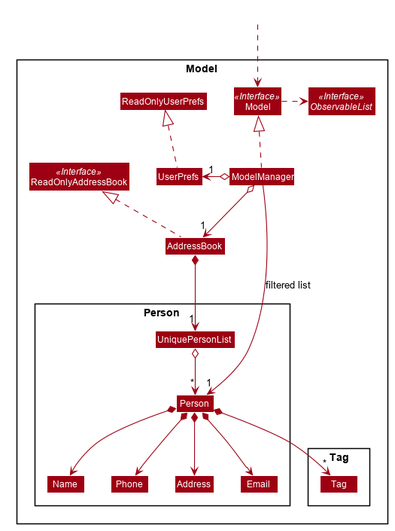
nus-cs2103-AY1920S1/addressbook-level3 keeps this PlantUML diagram as docs/images/ModelClassDiagram.png. Above is the earlier version.
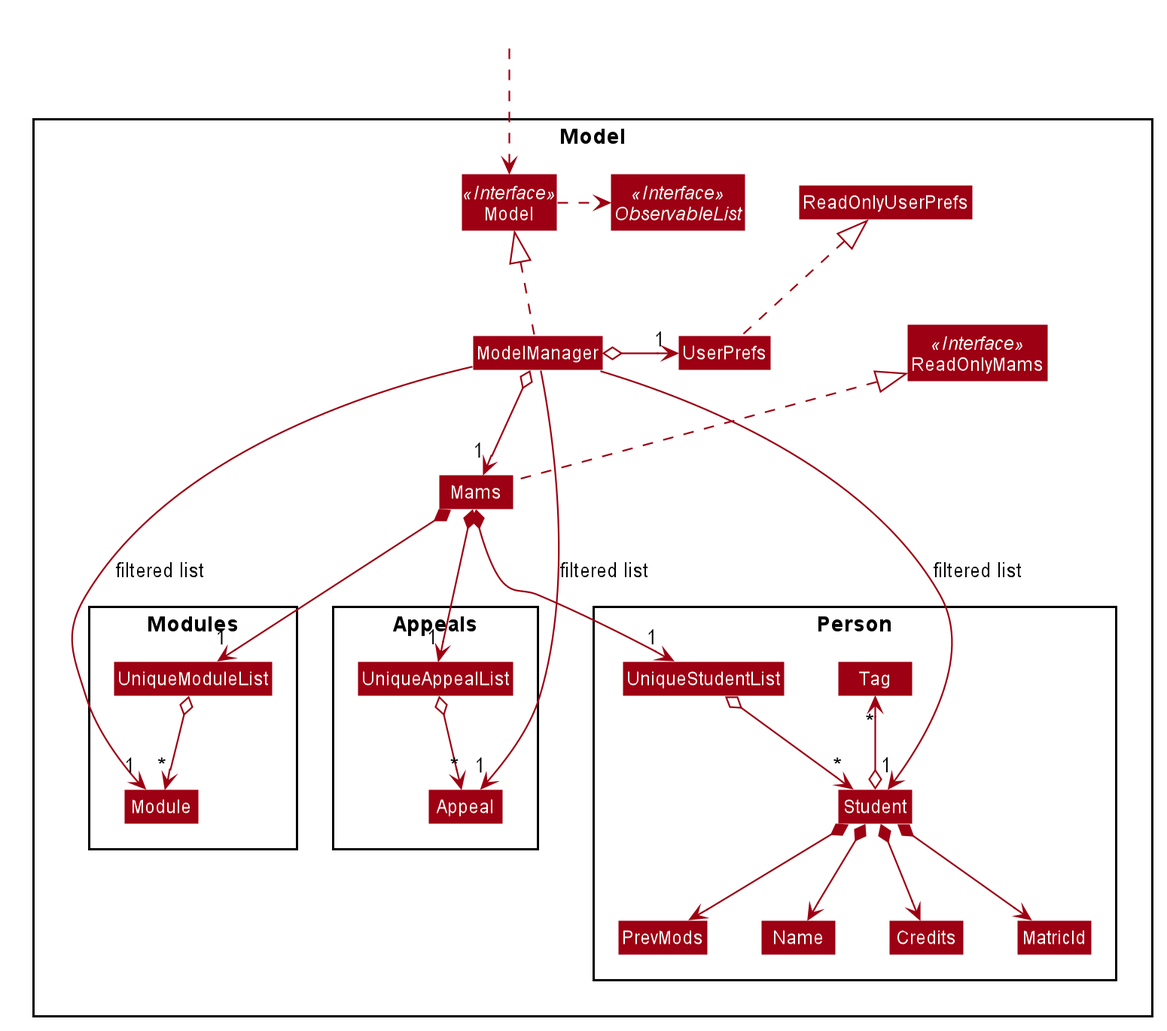
Above is the later version.

Change to the diagram source:
```diff
@@ -52,52 +52,66 @@
 skinparam classBackgroundColor #9D0012
 
 Package Model <<Rectangle>>{
-Interface ReadOnlyAddressBook <<Interface>>
+Interface ReadOnlyMams <<Interface>>
 Interface Model <<Interface>>
 Interface ObservableList <<Interface>>
-Class AddressBook
-Class ReadOnlyAddressBook
+Class Mams
+Class ReadOnlyMams
 Class Model
 Class ModelManager
 Class UserPrefs
 Class ReadOnlyUserPrefs
 
 Package Person {
-Class Person
-Class Address
-Class Email
+Class Student
+Class PrevMods
 Class Name
-Class Phone
-Class UniquePersonList
+Class Credits
+Class UniqueStudentList
+Class MatricId
+Class Tag
 }
 
-Package Tag {
-Class Tag
+Package Modules {
+Class Module
+Class UniqueModuleList
 }
+
+Package Appeals {
+Class Appeal
+Class UniqueAppealList
+}
+
 }
 
 Class HiddenOutside #FFFFFF
 HiddenOutside ..> Model
 
-AddressBook .up.|> ReadOnlyAddressBook
+Mams .up.|> ReadOnlyMams
 
 ModelManager .up.|> Model
 Model .right.> ObservableList
-ModelManager o--> "1" AddressBook
+ModelManager o--> "1" Mams
 ModelManager o-left-> "1" UserPrefs
 UserPrefs .up.|> ReadOnlyUserPrefs
 
-AddressBook *--> "1" UniquePersonList
-UniquePersonList o--> "*" Person
-Person *--> Name
-Person *--> Phone
-Person *--> Email
-Person *--> Address
-Person *--> "*" Tag
+Mams *--> "1" UniqueStudentList
+UniqueStudentList o--> "*" Student
+Student o-up-> "*" Tag
 
-Name -[hidden]right-> Phone
-Phone -[hidden]right-> Address
-Address -[hidden]right-> Email
+Student *--> Name
+Student *--> Credits
+Student *--> PrevMods
+Student *--> MatricId
 
-ModelManager -->"1" Person : filtered list
+Mams *--> "1" UniqueAppealList
+UniqueAppealList o--> "*" Appeal
+
+Mams *--> "1" UniqueModuleList
+UniqueModuleList o--> "*" Module
+
+
+ModelManager -->"1" Student : filtered list
+ModelManager -->"1" Module : filtered list
+ModelManager -->"1" Appeal : filtered list
 @enduml
```
